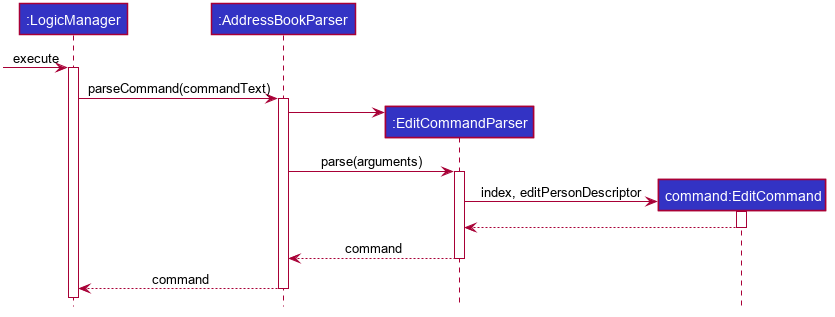
This is docs/images/tracing/LogicSequenceDiagram.png from se-edu/addressbook-level3, a PlantUML export, as it was before one commit.
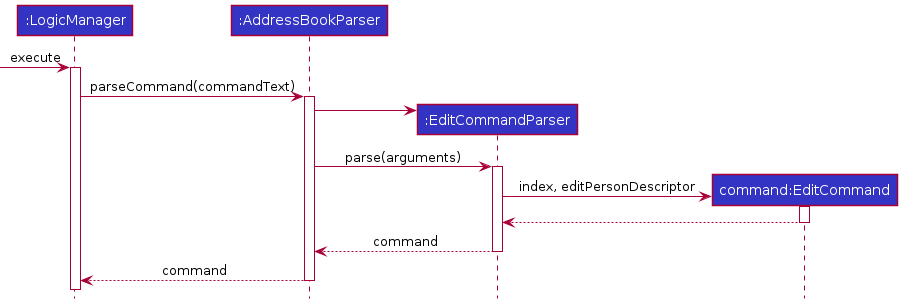
Above is the later version.

The edit, as a diff of the source:
```diff
@@ -1,57 +1,10 @@
 @startuml
+!include ../style.puml
 
-
-
-
-
-
-
-
-skinparam BackgroundColor #FFFFFFF
-
-skinparam Shadowing false
-
-skinparam Class {
-    FontColor #FFFFFF
-    BorderThickness 1
-    BorderColor #FFFFFF
-    StereotypeFontColor #FFFFFF
-    FontName Arial
-}
-
-skinparam Actor {
-    BorderColor #000000
-    Color #000000
-    FontName Arial
-}
-
-skinparam Sequence {
-    MessageAlign center
-    BoxFontSize 15
-    BoxPadding 0
-    BoxFontColor #FFFFFF
-    FontName Arial
-}
-
-skinparam Participant {
-    FontColor #FFFFFFF
-    Padding 20
-}
-
-skinparam MinClassWidth 50
-skinparam ParticipantPadding 10
-skinparam Shadowing false
-skinparam DefaultTextAlignment center
-skinparam packageStyle Rectangle
-
-hide footbox
-hide members
-hide circle
-
-Participant ":LogicManager" as logic #3333C4
-Participant ":AddressBookParser" as abp #3333C4
-Participant ":EditCommandParser" as ecp #3333C4
-Participant "command:EditCommand" as ec #3333C4
+Participant ":LogicManager" as logic LOGIC_COLOR
+Participant ":AddressBookParser" as abp LOGIC_COLOR
+Participant ":EditCommandParser" as ecp LOGIC_COLOR
+Participant "command:EditCommand" as ec LOGIC_COLOR
 
 [-> logic : execute
 activate logic
```
